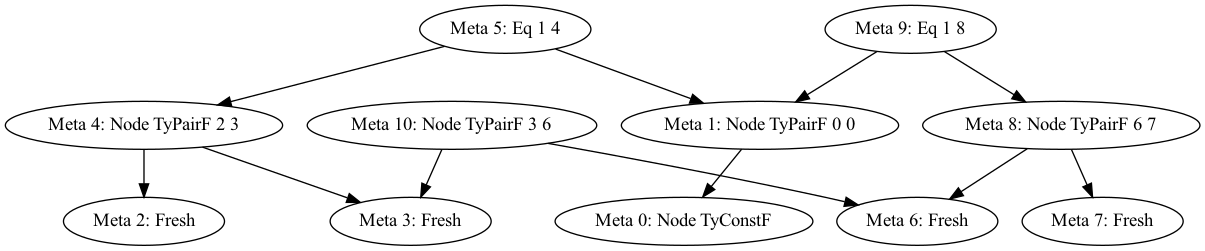
ejconlon/uniter keeps this Graphviz diagram as dot/linear-initial.png. Above is the earlier version. Its source is kept beside it as dot/linear-initial.dot.
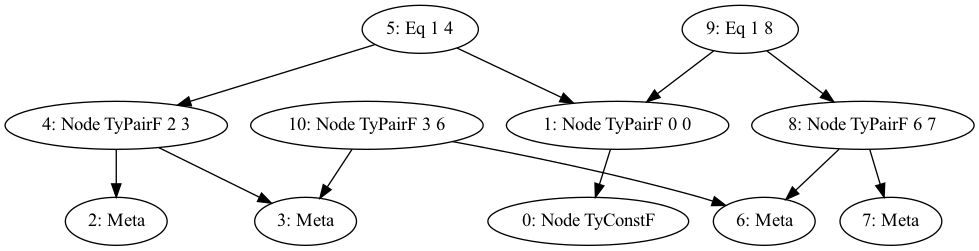
The same diagram one commit later.

Diff of the diagram source:
```diff
@@ -1,16 +1,16 @@
 digraph
 {
-  "0" [label="Meta 0: Node TyConstF"]
-  "1" [label="Meta 1: Node TyPairF 0 0"]
-  "2" [label="Meta 2: Fresh"]
-  "3" [label="Meta 3: Fresh"]
-  "4" [label="Meta 4: Node TyPairF 2 3"]
-  "5" [label="Meta 5: Eq 1 4"]
-  "6" [label="Meta 6: Fresh"]
-  "7" [label="Meta 7: Fresh"]
-  "8" [label="Meta 8: Node TyPairF 6 7"]
-  "9" [label="Meta 9: Eq 1 8"]
-  "10" [label="Meta 10: Node TyPairF 3 6"]
+  "0" [label="0: Node TyConstF"]
+  "1" [label="1: Node TyPairF 0 0"]
+  "2" [label="2: Meta"]
+  "3" [label="3: Meta"]
+  "4" [label="4: Node TyPairF 2 3"]
+  "5" [label="5: Eq 1 4"]
+  "6" [label="6: Meta"]
+  "7" [label="7: Meta"]
+  "8" [label="8: Node TyPairF 6 7"]
+  "9" [label="9: Eq 1 8"]
+  "10" [label="10: Node TyPairF 3 6"]
   "1" -> "0"
   "4" -> "2"
   "4" -> "3"
```
